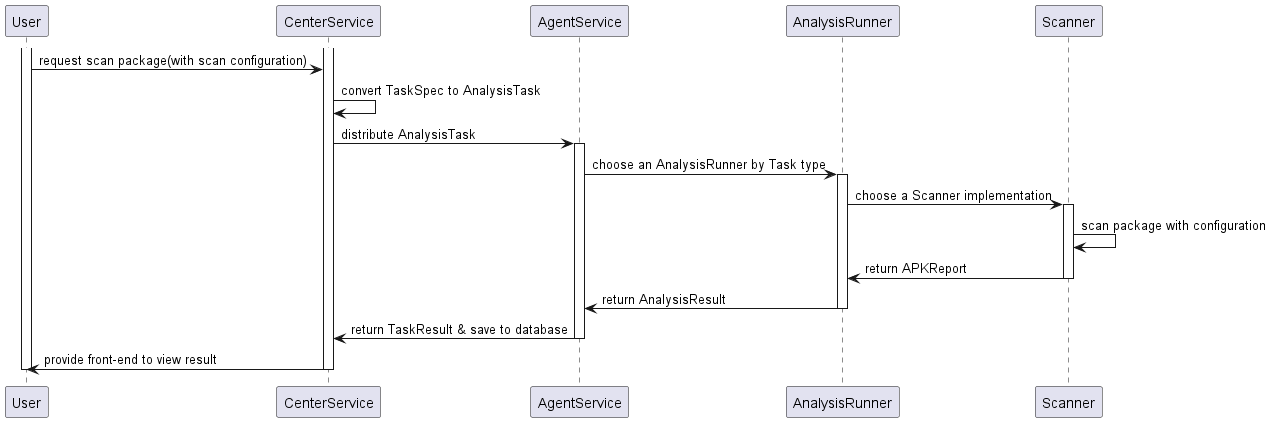
Earlier version of the PlantUML export docs/images/UML/package_scanner_design_sequence.png (microsoft/HydraLab).
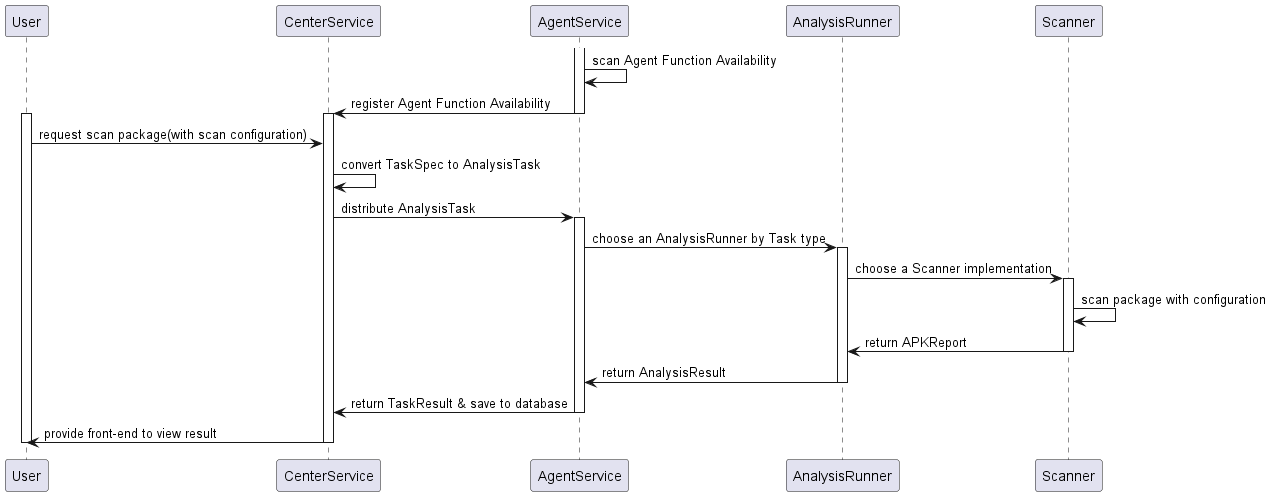
The same diagram one commit later.

Diff of the diagram source:
```diff
@@ -4,6 +4,12 @@
 participant AgentService
 participant AnalysisRunner
 participant Scanner
+
+activate AgentService
+AgentService -> AgentService : scan Agent Function Availability
+AgentService -> CenterService : register Agent Function Availability
+
+deactivate AgentService
 
 activate User
 activate CenterService
```
